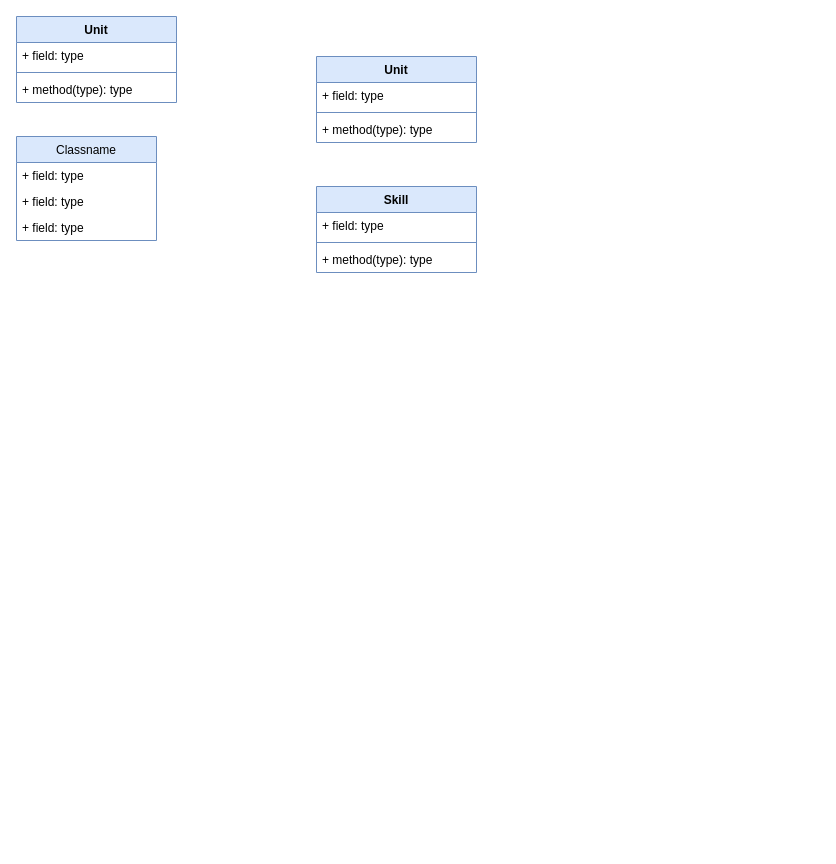
Earlier version of the draw.io diagram page "Class" (3 of 3) of Untitled Diagram.drawio (Keyrune/TileMap). Source tidied: cells renumbered, new cells numbered last; positions are measured from the earlier drawing's top-left corner, leaving out a move shared by most shapes. Both pictures are drawn from the tidied source at 100%, with x=0, y=0 at pixel (16, 16).
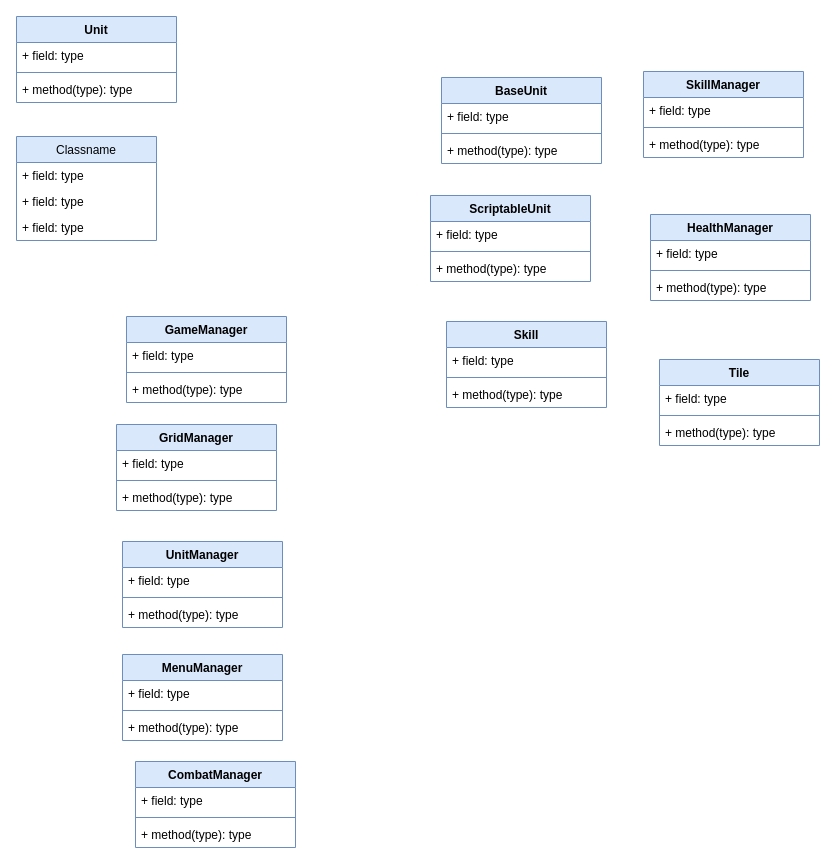
Above is the later version.

Change to the diagram source:
```diff
@@
-    <mxCell id="6" value="Unit" style="swimlane;fontStyle=1;align=center;verticalAlign=top;horizontal=1;startSize=26;fillColor=#dae8fc;strokeColor=#6C8EBF;glass=0;" parent="1" vertex="1">
-      <mxGeometry x="300" y="40" width="160" height="86" as="geometry" />
+    <mxCell id="6" value="BaseUnit" style="swimlane;fontStyle=1;align=center;verticalAlign=top;horizontal=1;startSize=26;fillColor=#dae8fc;strokeColor=#6C8EBF;glass=0;" parent="1" vertex="1">
+      <mxGeometry x="425" y="61" width="160" height="86" as="geometry" />
     </mxCell>
@@
     <mxCell id="10" value="Skill" style="swimlane;fontStyle=1;align=center;verticalAlign=top;horizontal=1;startSize=26;fillColor=#dae8fc;strokeColor=#6C8EBF;" parent="1" vertex="1">
-      <mxGeometry x="300" y="170" width="160" height="86" as="geometry" />
+      <mxGeometry x="430" y="305" width="160" height="86" as="geometry" />
     </mxCell>
@@
+    <mxCell id="18" value="GameManager" style="swimlane;fontStyle=1;align=center;verticalAlign=top;horizontal=1;startSize=26;fillColor=#dae8fc;strokeColor=#6C8EBF;glass=0;" parent="1" vertex="1">
+      <mxGeometry x="110" y="300" width="160" height="86" as="geometry" />
+    </mxCell>
+    <mxCell id="19" value="+ field: type" style="text;strokeColor=none;fillColor=none;align=left;verticalAlign=top;spacingLeft=4;spacingRight=4;overflow=hidden;" parent="18" vertex="1">
+      <mxGeometry y="26" width="160" height="26" as="geometry" />
+    </mxCell>
+    <mxCell id="20" style="line;strokeWidth=1;fillColor=none;align=left;verticalAlign=middle;spacingTop=-1;spacingLeft=3;spacingRight=3;labelPosition=right;strokeColor=#6C8EBF;" parent="18" vertex="1">
+      <mxGeometry y="52" width="160" height="8" as="geometry" />
+    </mxCell>
+    <mxCell id="21" value="+ method(type): type" style="text;strokeColor=none;fillColor=none;align=left;verticalAlign=top;spacingLeft=4;spacingRight=4;overflow=hidden;" parent="18" vertex="1">
+      <mxGeometry y="60" width="160" height="26" as="geometry" />
+    </mxCell>
+    <mxCell id="22" value="GridManager" style="swimlane;fontStyle=1;align=center;verticalAlign=top;horizontal=1;startSize=26;fillColor=#dae8fc;strokeColor=#6C8EBF;glass=0;" parent="1" vertex="1">
+      <mxGeometry x="100" y="408" width="160" height="86" as="geometry" />
+    </mxCell>
+    <mxCell id="23" value="+ field: type" style="text;strokeColor=none;fillColor=none;align=left;verticalAlign=top;spacingLeft=4;spacingRight=4;overflow=hidden;" parent="22" vertex="1">
+      <mxGeometry y="26" width="160" height="26" as="geometry" />
+    </mxCell>
+    <mxCell id="24" style="line;strokeWidth=1;fillColor=none;align=left;verticalAlign=middle;spacingTop=-1;spacingLeft=3;spacingRight=3;labelPosition=right;strokeColor=#6C8EBF;" parent="22" vertex="1">
+      <mxGeometry y="52" width="160" height="8" as="geometry" />
+    </mxCell>
+    <mxCell id="25" value="+ method(type): type" style="text;strokeColor=none;fillColor=none;align=left;verticalAlign=top;spacingLeft=4;spacingRight=4;overflow=hidden;" parent="22" vertex="1">
+      <mxGeometry y="60" width="160" height="26" as="geometry" />
+    </mxCell>
+    <mxCell id="26" value="UnitManager" style="swimlane;fontStyle=1;align=center;verticalAlign=top;horizontal=1;startSize=26;fillColor=#dae8fc;strokeColor=#6C8EBF;glass=0;" parent="1" vertex="1">
+      <mxGeometry x="106" y="525" width="160" height="86" as="geometry" />
+    </mxCell>
+    <mxCell id="27" value="+ field: type" style="text;strokeColor=none;fillColor=none;align=left;verticalAlign=top;spacingLeft=4;spacingRight=4;overflow=hidden;" parent="26" vertex="1">
+      <mxGeometry y="26" width="160" height="26" as="geometry" />
+    </mxCell>
+    <mxCell id="28" style="line;strokeWidth=1;fillColor=none;align=left;verticalAlign=middle;spacingTop=-1;spacingLeft=3;spacingRight=3;labelPosition=right;strokeColor=#6C8EBF;" parent="26" vertex="1">
+      <mxGeometry y="52" width="160" height="8" as="geometry" />
+    </mxCell>
+    <mxCell id="29" value="+ method(type): type" style="text;strokeColor=none;fillColor=none;align=left;verticalAlign=top;spacingLeft=4;spacingRight=4;overflow=hidden;" parent="26" vertex="1">
+      <mxGeometry y="60" width="160" height="26" as="geometry" />
+    </mxCell>
+    <mxCell id="30" value="SkillManager" style="swimlane;fontStyle=1;align=center;verticalAlign=top;horizontal=1;startSize=26;fillColor=#dae8fc;strokeColor=#6C8EBF;glass=0;" parent="1" vertex="1">
+      <mxGeometry x="627" y="55" width="160" height="86" as="geometry" />
+    </mxCell>
+    <mxCell id="31" value="+ field: type" style="text;strokeColor=none;fillColor=none;align=left;verticalAlign=top;spacingLeft=4;spacingRight=4;overflow=hidden;" parent="30" vertex="1">
+      <mxGeometry y="26" width="160" height="26" as="geometry" />
+    </mxCell>
+    <mxCell id="32" style="line;strokeWidth=1;fillColor=none;align=left;verticalAlign=middle;spacingTop=-1;spacingLeft=3;spacingRight=3;labelPosition=right;strokeColor=#6C8EBF;" parent="30" vertex="1">
+      <mxGeometry y="52" width="160" height="8" as="geometry" />
+    </mxCell>
+    <mxCell id="33" value="+ method(type): type" style="text;strokeColor=none;fillColor=none;align=left;verticalAlign=top;spacingLeft=4;spacingRight=4;overflow=hidden;" parent="30" vertex="1">
+      <mxGeometry y="60" width="160" height="26" as="geometry" />
+    </mxCell>
+    <mxCell id="34" value="HealthManager" style="swimlane;fontStyle=1;align=center;verticalAlign=top;horizontal=1;startSize=26;fillColor=#dae8fc;strokeColor=#6C8EBF;glass=0;" parent="1" vertex="1">
+      <mxGeometry x="634" y="198" width="160" height="86" as="geometry" />
+    </mxCell>
+    <mxCell id="35" value="+ field: type" style="text;strokeColor=none;fillColor=none;align=left;verticalAlign=top;spacingLeft=4;spacingRight=4;overflow=hidden;" parent="34" vertex="1">
+      <mxGeometry y="26" width="160" height="26" as="geometry" />
+    </mxCell>
+    <mxCell id="36" style="line;strokeWidth=1;fillColor=none;align=left;verticalAlign=middle;spacingTop=-1;spacingLeft=3;spacingRight=3;labelPosition=right;strokeColor=#6C8EBF;" parent="34" vertex="1">
+      <mxGeometry y="52" width="160" height="8" as="geometry" />
+    </mxCell>
+    <mxCell id="37" value="+ method(type): type" style="text;strokeColor=none;fillColor=none;align=left;verticalAlign=top;spacingLeft=4;spacingRight=4;overflow=hidden;" parent="34" vertex="1">
+      <mxGeometry y="60" width="160" height="26" as="geometry" />
+    </mxCell>
+    <mxCell id="38" value="CombatManager" style="swimlane;fontStyle=1;align=center;verticalAlign=top;horizontal=1;startSize=26;fillColor=#dae8fc;strokeColor=#6C8EBF;glass=0;" parent="1" vertex="1">
+      <mxGeometry x="119" y="745" width="160" height="86" as="geometry" />
+    </mxCell>
+    <mxCell id="39" value="+ field: type" style="text;strokeColor=none;fillColor=none;align=left;verticalAlign=top;spacingLeft=4;spacingRight=4;overflow=hidden;" parent="38" vertex="1">
+      <mxGeometry y="26" width="160" height="26" as="geometry" />
+    </mxCell>
+    <mxCell id="40" style="line;strokeWidth=1;fillColor=none;align=left;verticalAlign=middle;spacingTop=-1;spacingLeft=3;spacingRight=3;labelPosition=right;strokeColor=#6C8EBF;" parent="38" vertex="1">
+      <mxGeometry y="52" width="160" height="8" as="geometry" />
+    </mxCell>
+    <mxCell id="41" value="+ method(type): type" style="text;strokeColor=none;fillColor=none;align=left;verticalAlign=top;spacingLeft=4;spacingRight=4;overflow=hidden;" parent="38" vertex="1">
+      <mxGeometry y="60" width="160" height="26" as="geometry" />
+    </mxCell>
+    <mxCell id="42" value="MenuManager" style="swimlane;fontStyle=1;align=center;verticalAlign=top;horizontal=1;startSize=26;fillColor=#dae8fc;strokeColor=#6C8EBF;glass=0;" parent="1" vertex="1">
+      <mxGeometry x="106" y="638" width="160" height="86" as="geometry" />
+    </mxCell>
+    <mxCell id="43" value="+ field: type" style="text;strokeColor=none;fillColor=none;align=left;verticalAlign=top;spacingLeft=4;spacingRight=4;overflow=hidden;" parent="42" vertex="1">
+      <mxGeometry y="26" width="160" height="26" as="geometry" />
+    </mxCell>
+    <mxCell id="44" style="line;strokeWidth=1;fillColor=none;align=left;verticalAlign=middle;spacingTop=-1;spacingLeft=3;spacingRight=3;labelPosition=right;strokeColor=#6C8EBF;" parent="42" vertex="1">
+      <mxGeometry y="52" width="160" height="8" as="geometry" />
+    </mxCell>
+    <mxCell id="45" value="+ method(type): type" style="text;strokeColor=none;fillColor=none;align=left;verticalAlign=top;spacingLeft=4;spacingRight=4;overflow=hidden;" parent="42" vertex="1">
+      <mxGeometry y="60" width="160" height="26" as="geometry" />
+    </mxCell>
+    <mxCell id="46" value="ScriptableUnit" style="swimlane;fontStyle=1;align=center;verticalAlign=top;horizontal=1;startSize=26;fillColor=#dae8fc;strokeColor=#6C8EBF;glass=0;" parent="1" vertex="1">
+      <mxGeometry x="414" y="179" width="160" height="86" as="geometry" />
+    </mxCell>
+    <mxCell id="47" value="+ field: type" style="text;strokeColor=none;fillColor=none;align=left;verticalAlign=top;spacingLeft=4;spacingRight=4;overflow=hidden;" parent="46" vertex="1">
+      <mxGeometry y="26" width="160" height="26" as="geometry" />
+    </mxCell>
+    <mxCell id="48" style="line;strokeWidth=1;fillColor=none;align=left;verticalAlign=middle;spacingTop=-1;spacingLeft=3;spacingRight=3;labelPosition=right;strokeColor=#6C8EBF;" parent="46" vertex="1">
+      <mxGeometry y="52" width="160" height="8" as="geometry" />
+    </mxCell>
+    <mxCell id="49" value="+ method(type): type" style="text;strokeColor=none;fillColor=none;align=left;verticalAlign=top;spacingLeft=4;spacingRight=4;overflow=hidden;" parent="46" vertex="1">
+      <mxGeometry y="60" width="160" height="26" as="geometry" />
+    </mxCell>
+    <mxCell id="50" value="Tile" style="swimlane;fontStyle=1;align=center;verticalAlign=top;horizontal=1;startSize=26;fillColor=#dae8fc;strokeColor=#6C8EBF;" parent="1" vertex="1">
+      <mxGeometry x="643" y="343" width="160" height="86" as="geometry" />
+    </mxCell>
+    <mxCell id="51" value="+ field: type" style="text;strokeColor=none;fillColor=none;align=left;verticalAlign=top;spacingLeft=4;spacingRight=4;overflow=hidden;" parent="50" vertex="1">
+      <mxGeometry y="26" width="160" height="26" as="geometry" />
+    </mxCell>
+    <mxCell id="52" style="line;strokeWidth=1;fillColor=none;align=left;verticalAlign=middle;spacingTop=-1;spacingLeft=3;spacingRight=3;labelPosition=right;strokeColor=#6C8EBF;" parent="50" vertex="1">
+      <mxGeometry y="52" width="160" height="8" as="geometry" />
+    </mxCell>
+    <mxCell id="53" value="+ method(type): type" style="text;strokeColor=none;fillColor=none;align=left;verticalAlign=top;spacingLeft=4;spacingRight=4;overflow=hidden;" parent="50" vertex="1">
+      <mxGeometry y="60" width="160" height="26" as="geometry" />
+    </mxCell>
```
